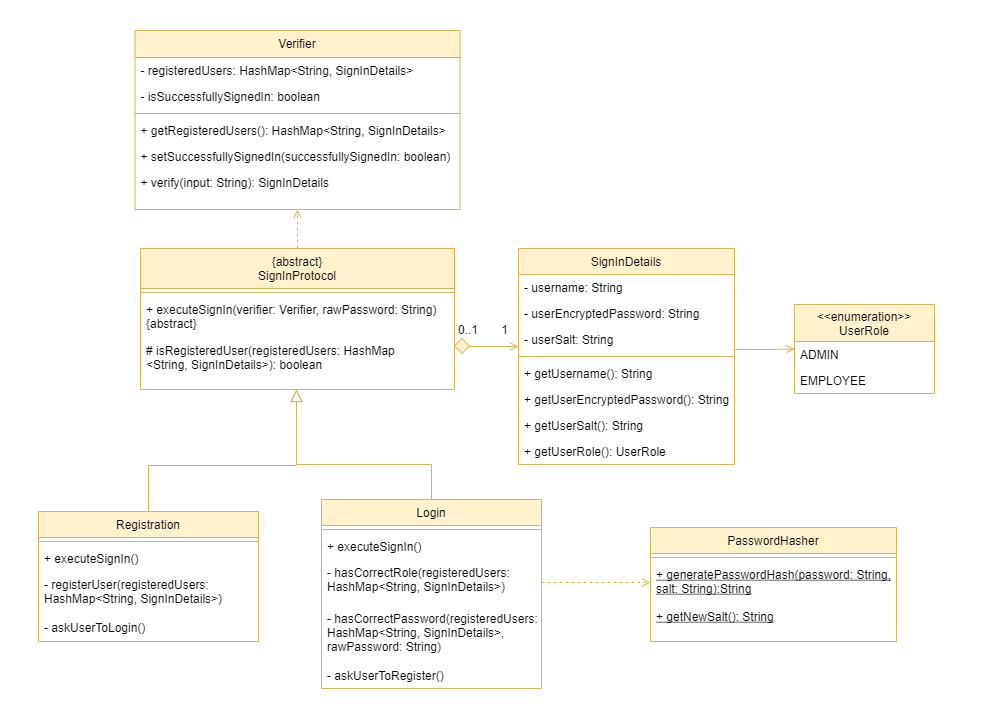
The draw.io diagram docs/developerGuideDiagrams/verificationComponent.png in theeugenechong/tp, before a commit. Source tidied: cells renumbered, new cells last; positions are measured from the earlier drawing's top-left corner, leaving out a move shared by most shapes.
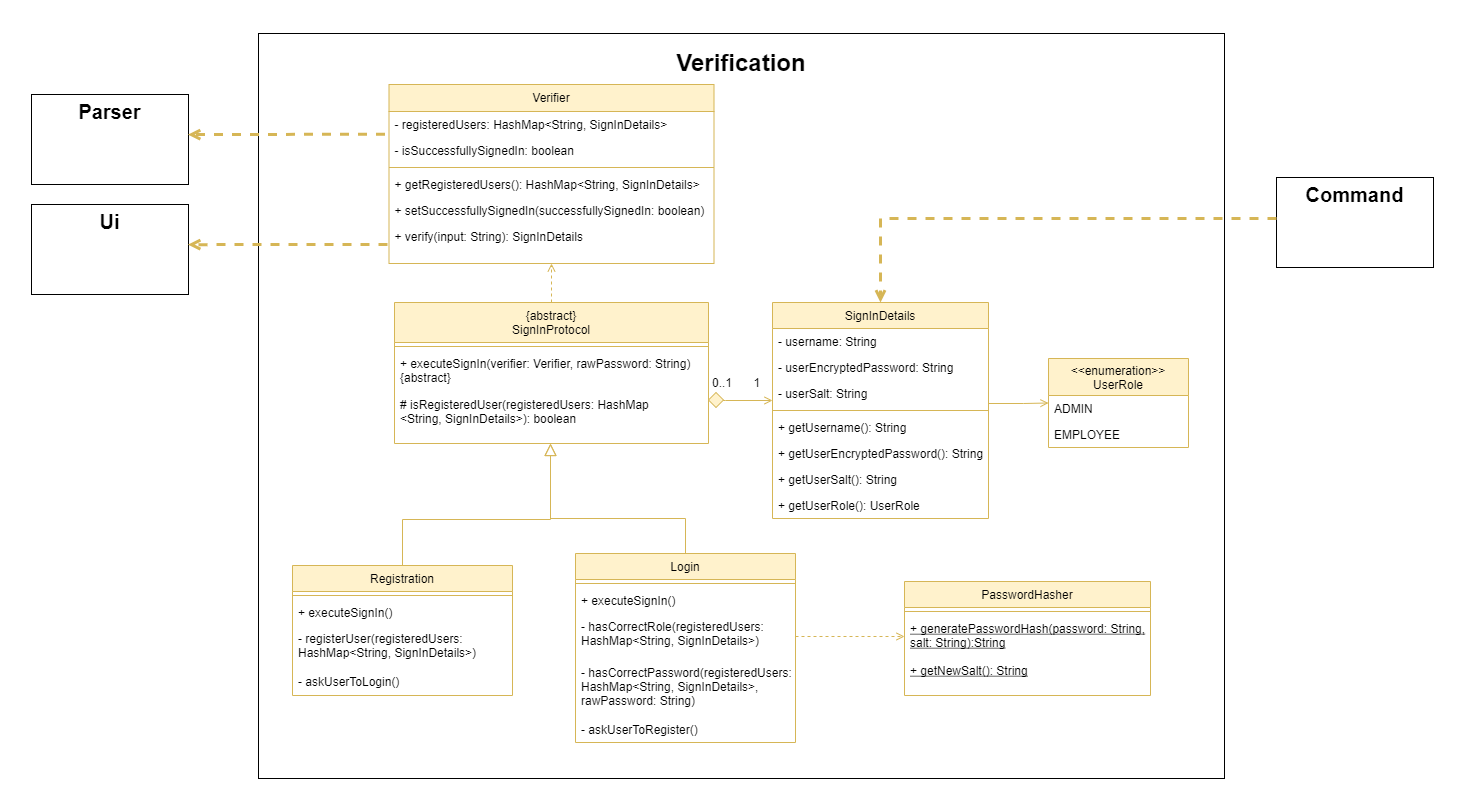
The same diagram one commit later.

Commit message:
Modify ui and verification component  diagrams

The edit, as a diff of the source:
```diff
@@ -3,8 +3,11 @@
     <mxCell id="0" />
     <mxCell id="1" parent="0" />
     <mxCell id="2" style="rounded=0;whiteSpace=wrap;html=1;fillColor=default;strokeColor=#FFFFFF;fontFamily=Helvetica;fontStyle=0;" parent="1" vertex="1">
-      <mxGeometry width="990" height="725" as="geometry" />
+      <mxGeometry x="-254" y="-54" width="1468" height="811" as="geometry" />
     </mxCell>
+    <mxCell id="51" value="&lt;b&gt;&lt;font style=&quot;font-size: 24px&quot;&gt;Verification&lt;/font&gt;&lt;br&gt;&lt;br&gt;&lt;br&gt;&lt;br&gt;&lt;br&gt;&lt;br&gt;&lt;br&gt;&lt;br&gt;&lt;br&gt;&lt;br&gt;&lt;br&gt;&lt;br&gt;&lt;br&gt;&lt;br&gt;&lt;br&gt;&lt;br&gt;&lt;br&gt;&lt;br&gt;&lt;br&gt;&lt;br&gt;&lt;br&gt;&lt;br&gt;&lt;br&gt;&lt;br&gt;&lt;br&gt;&lt;br&gt;&lt;br&gt;&lt;br&gt;&lt;br&gt;&lt;br&gt;&lt;br&gt;&lt;br&gt;&lt;br&gt;&lt;br&gt;&lt;br&gt;&lt;br&gt;&lt;br&gt;&lt;br&gt;&lt;br&gt;&lt;br&gt;&lt;br&gt;&lt;br&gt;&lt;br&gt;&lt;br&gt;&lt;br&gt;&lt;br&gt;&lt;br&gt;&lt;br&gt;&lt;br&gt;&lt;br&gt;&lt;/b&gt;" style="rounded=0;whiteSpace=wrap;html=1;" parent="1" vertex="1">
+      <mxGeometry x="4" y="-21" width="966" height="745" as="geometry" />
+    </mxCell>
     <mxCell id="3" style="edgeStyle=orthogonalEdgeStyle;rounded=0;jettySize=auto;html=1;exitX=0.5;exitY=0;exitDx=0;exitDy=0;entryX=0.5;entryY=1;entryDx=0;entryDy=0;fillColor=#fff2cc;strokeColor=#d6b656;dashed=1;fontFamily=Helvetica;endArrow=open;endFill=0;fontStyle=0;" parent="1" edge="1" source="4" target="30">
       <mxGeometry relative="1" as="geometry" />
     </mxCell>
@@ -192,5 +195,39 @@
     <mxCell id="50" style="edgeStyle=orthogonalEdgeStyle;rounded=0;jettySize=auto;html=1;exitX=1;exitY=0.5;exitDx=0;exitDy=0;dashed=1;endArrow=open;endFill=0;fillColor=#fff2cc;strokeColor=#d6b656;fontStyle=0;" parent="1" edge="1" source="11" target="43">
       <mxGeometry relative="1" as="geometry" />
     </mxCell>
+    <mxCell id="52" value="&lt;font&gt;&lt;span style=&quot;font-size: 20px&quot;&gt;&lt;b&gt;Parser&lt;/b&gt;&lt;/span&gt;&lt;br&gt;&lt;br&gt;&lt;br&gt;&lt;br&gt;&lt;br&gt;&lt;/font&gt;" style="rounded=0;whiteSpace=wrap;html=1;" parent="1" vertex="1">
+      <mxGeometry x="-223" y="40" width="157" height="90" as="geometry" />
+    </mxCell>
+    <mxCell id="53" style="edgeStyle=orthogonalEdgeStyle;rounded=0;jettySize=auto;html=1;exitX=-0.012;exitY=-0.127;exitDx=0;exitDy=0;dashed=1;fillColor=#fff2cc;strokeColor=#d6b656;strokeWidth=3;endArrow=open;endFill=0;entryX=0.997;entryY=0.446;entryDx=0;entryDy=0;entryPerimeter=0;exitPerimeter=0;" parent="1" edge="1" source="32" target="52">
+      <mxGeometry relative="1" as="geometry">
+        <Array as="points">
+          <mxPoint x="112" y="80" />
+          <mxPoint x="112" y="80" />
+        </Array>
+      </mxGeometry>
+    </mxCell>
+    <mxCell id="54" value="&lt;font&gt;&lt;span style=&quot;font-size: 20px&quot;&gt;&lt;b&gt;Ui&lt;/b&gt;&lt;/span&gt;&lt;br&gt;&lt;br&gt;&lt;br&gt;&lt;br&gt;&lt;br&gt;&lt;/font&gt;" style="rounded=0;whiteSpace=wrap;html=1;" parent="1" vertex="1">
+      <mxGeometry x="-223" y="150" width="157" height="90" as="geometry" />
+    </mxCell>
+    <mxCell id="55" style="edgeStyle=orthogonalEdgeStyle;rounded=0;jettySize=auto;html=1;dashed=1;fillColor=#fff2cc;strokeColor=#d6b656;strokeWidth=3;endArrow=open;endFill=0;entryX=0.997;entryY=0.446;entryDx=0;entryDy=0;entryPerimeter=0;" parent="1" edge="1" target="54">
+      <mxGeometry relative="1" as="geometry">
+        <mxPoint x="133" y="190" as="sourcePoint" />
+        <Array as="points">
+          <mxPoint x="133" y="190" />
+        </Array>
+      </mxGeometry>
+    </mxCell>
+    <mxCell id="56" value="&lt;font&gt;&lt;span style=&quot;font-size: 20px&quot;&gt;&lt;b&gt;Command&lt;/b&gt;&lt;/span&gt;&lt;br&gt;&lt;br&gt;&lt;br&gt;&lt;br&gt;&lt;br&gt;&lt;/font&gt;" style="rounded=0;whiteSpace=wrap;html=1;" parent="1" vertex="1">
+      <mxGeometry x="1022" y="123" width="157" height="90" as="geometry" />
+    </mxCell>
+    <mxCell id="57" style="edgeStyle=orthogonalEdgeStyle;rounded=0;jettySize=auto;html=1;dashed=1;fillColor=#fff2cc;strokeColor=#d6b656;strokeWidth=3;endArrow=open;endFill=0;entryX=0.5;entryY=0;entryDx=0;entryDy=0;" parent="1" edge="1" target="16">
+      <mxGeometry relative="1" as="geometry">
+        <mxPoint x="1022" y="164" as="sourcePoint" />
+        <Array as="points">
+          <mxPoint x="1022" y="164" />
+          <mxPoint x="626" y="164" />
+        </Array>
+      </mxGeometry>
+    </mxCell>
   </root>
 </mxGraphModel>
```
